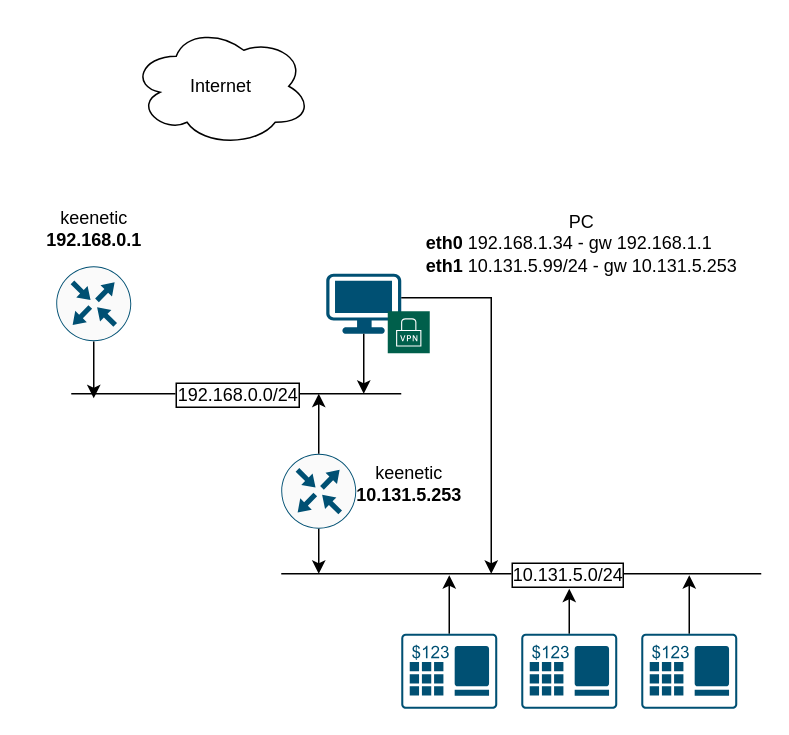
This is Диаграмма без названия.drawio from yaplatonov/first_git, a draw.io file, before an edit. Source tidied: cells renumbered, new cells numbered last; positions are measured from the earlier drawing's top-left corner, leaving out a move shared by most shapes. Both pictures are drawn from the tidied source at 150%, with x=0, y=0 at pixel (26, 26).
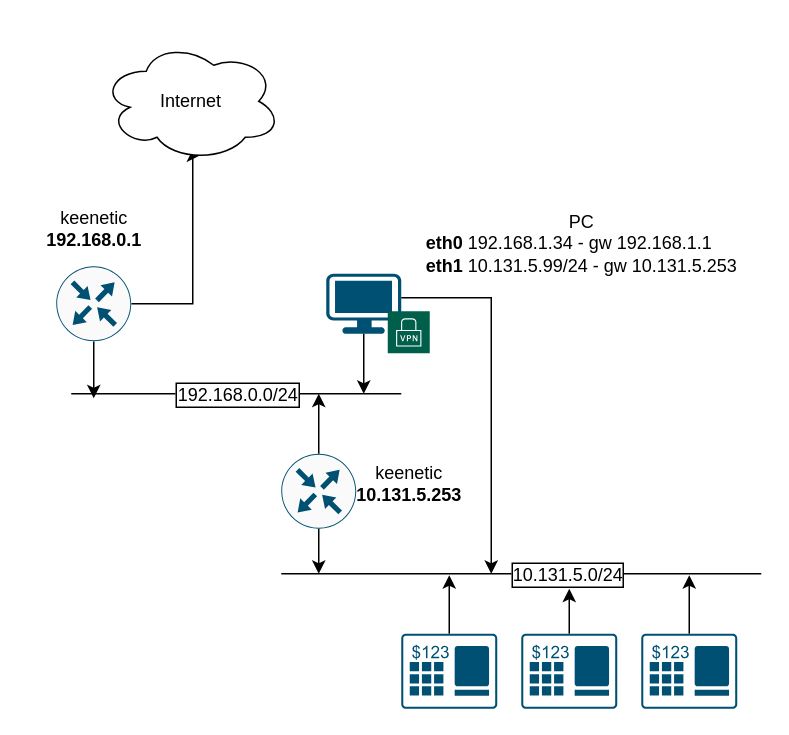
Above is the later version.

Unchanged cells that the change refers to:
```xml
<mxCell id="3" style="sketch=0;points=[[0.5,0,0],[1,0.5,0],[0.5,1,0],[0,0.5,0],[0.145,0.145,0],[0.8555,0.145,0],[0.855,0.8555,0],[0.145,0.855,0]];verticalLabelPosition=bottom;html=1;verticalAlign=top;align=center;shape=mxgraph.cisco19.rect;prIcon=router;fillColor=#FAFAFA;strokeColor=#005073;" parent="1" vertex="1">
  <mxGeometry x="20" y="160" width="50" height="50" as="geometry" />
</mxCell>
```

The edit, as a diff of the source:
```diff
@@
+    <mxCell id="25" style="edgeStyle=orthogonalEdgeStyle;rounded=0;jettySize=auto;html=1;entryX=0.55;entryY=0.95;entryDx=0;entryDy=0;entryPerimeter=0;exitX=1;exitY=0.5;exitDx=0;exitDy=0;exitPerimeter=0;" parent="1" edge="1" source="3" target="20">
+      <mxGeometry relative="1" as="geometry">
+        <Array as="points">
+          <mxPoint x="111" y="185" />
+          <mxPoint x="111" y="86" />
+        </Array>
+      </mxGeometry>
+    </mxCell>
@@
     <mxCell id="20" value="Internet" style="ellipse;shape=cloud;whiteSpace=wrap;html=1;" parent="1" vertex="1">
-      <mxGeometry x="70" width="120" height="80" as="geometry" />
+      <mxGeometry x="50" y="10" width="120" height="80" as="geometry" />
     </mxCell>
```
